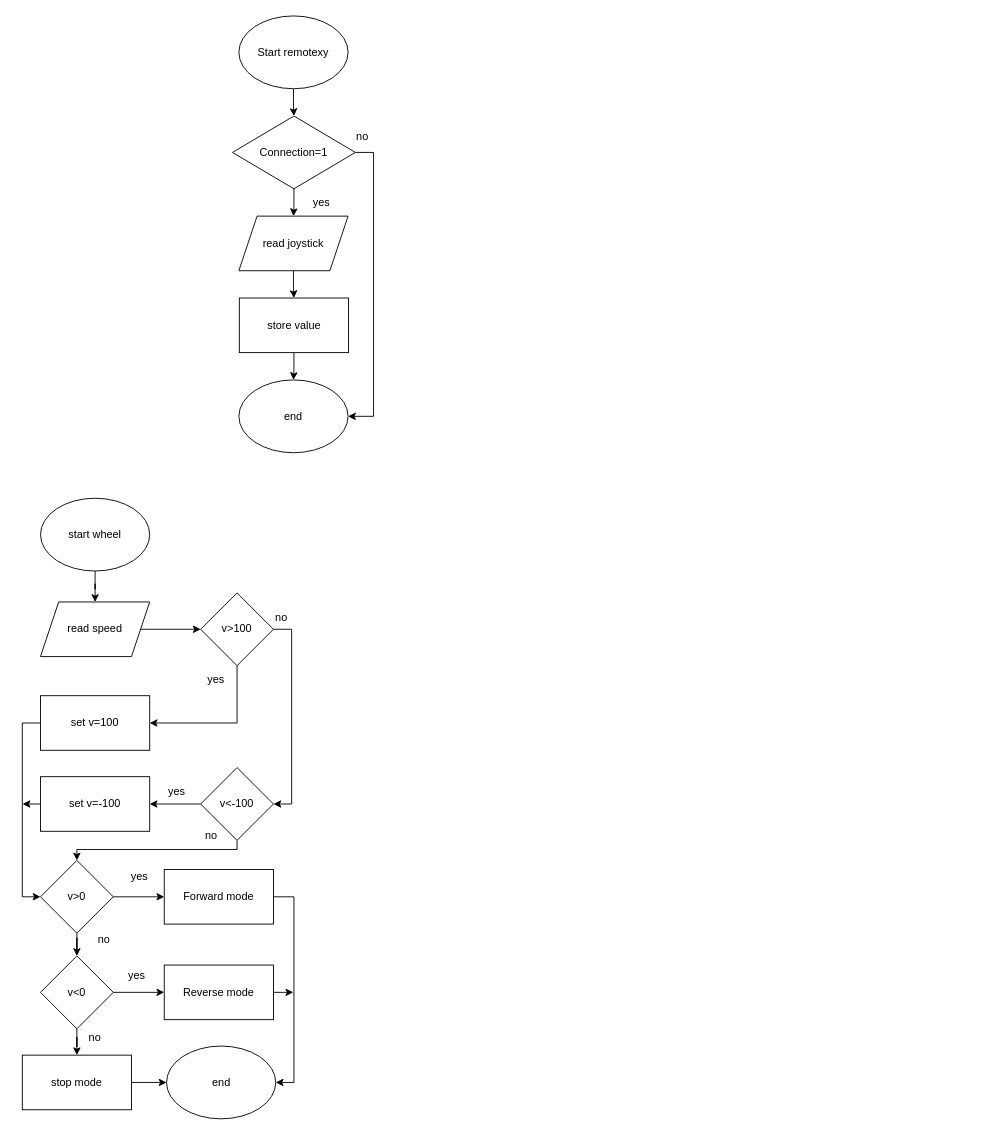
The draw.io diagram MICRO C PR.drawio in GasSmeller/Well-just-some-school-project, before the edit. Source tidied: cells renumbered, new cells numbered last; positions are measured from the earlier drawing's top-left corner, leaving out a move shared by most shapes. Both pictures are drawn from the tidied source at 91%, with x=0, y=0 at pixel (22, 15).
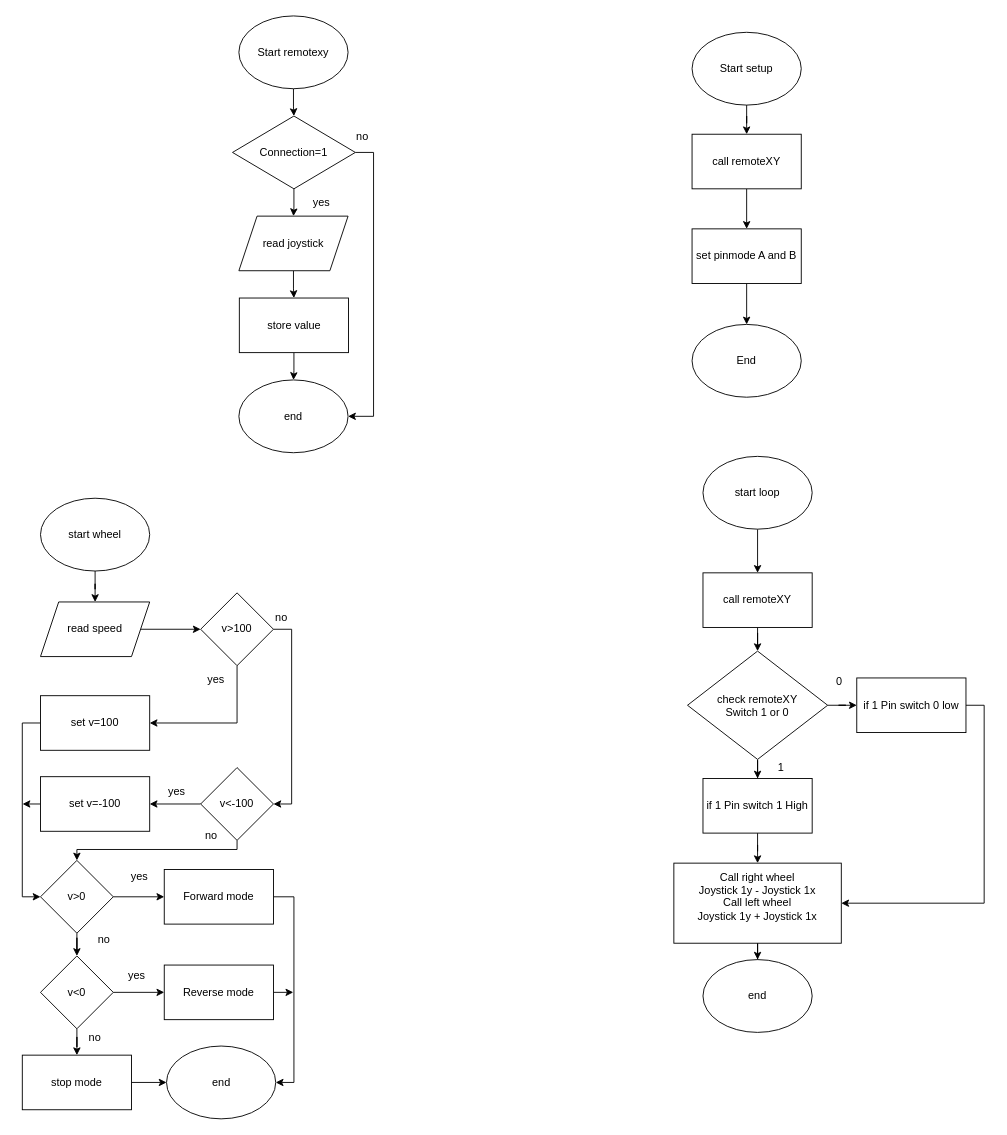
After the change.

Diff of the diagram source:
```diff
@@
+    <mxCell id="49" style="edgeStyle=orthogonalEdgeStyle;rounded=0;jettySize=auto;html=1;" parent="1" edge="1" source="50" target="52">
+      <mxGeometry relative="1" as="geometry" />
+    </mxCell>
+    <mxCell id="50" value="Start setup" style="ellipse;whiteSpace=wrap;html=1;" parent="1" vertex="1">
+      <mxGeometry x="736" y="18" width="120" height="80" as="geometry" />
+    </mxCell>
+    <mxCell id="51" style="edgeStyle=orthogonalEdgeStyle;rounded=0;jettySize=auto;html=1;" parent="1" edge="1" source="52" target="54">
+      <mxGeometry relative="1" as="geometry" />
+    </mxCell>
+    <mxCell id="52" value="call remoteXY" style="rounded=0;whiteSpace=wrap;html=1;" parent="1" vertex="1">
+      <mxGeometry x="736" y="130" width="120" height="60" as="geometry" />
+    </mxCell>
+    <mxCell id="53" style="edgeStyle=orthogonalEdgeStyle;rounded=0;jettySize=auto;html=1;" parent="1" edge="1" source="54" target="55">
+      <mxGeometry relative="1" as="geometry" />
+    </mxCell>
+    <mxCell id="54" value="set pinmode A and B" style="rounded=0;whiteSpace=wrap;html=1;" parent="1" vertex="1">
+      <mxGeometry x="736" y="234" width="120" height="60" as="geometry" />
+    </mxCell>
+    <mxCell id="55" value="End" style="ellipse;whiteSpace=wrap;html=1;" parent="1" vertex="1">
+      <mxGeometry x="736" y="339" width="120" height="80" as="geometry" />
+    </mxCell>
+    <mxCell id="56" style="edgeStyle=orthogonalEdgeStyle;rounded=0;jettySize=auto;html=1;" parent="1" edge="1" source="57" target="59">
+      <mxGeometry relative="1" as="geometry" />
+    </mxCell>
+    <mxCell id="57" value="start loop" style="ellipse;whiteSpace=wrap;html=1;" parent="1" vertex="1">
+      <mxGeometry x="748" y="484" width="120" height="80" as="geometry" />
+    </mxCell>
+    <mxCell id="58" style="edgeStyle=orthogonalEdgeStyle;rounded=0;jettySize=auto;html=1;" parent="1" edge="1" source="59" target="62">
+      <mxGeometry relative="1" as="geometry" />
+    </mxCell>
+    <mxCell id="59" value="call remoteXY" style="rounded=0;whiteSpace=wrap;html=1;" parent="1" vertex="1">
+      <mxGeometry x="748" y="612" width="120" height="60" as="geometry" />
+    </mxCell>
+    <mxCell id="60" style="edgeStyle=orthogonalEdgeStyle;rounded=0;jettySize=auto;html=1;" parent="1" edge="1" source="62" target="68">
+      <mxGeometry relative="1" as="geometry" />
+    </mxCell>
+    <mxCell id="61" style="edgeStyle=orthogonalEdgeStyle;rounded=0;jettySize=auto;html=1;" parent="1" edge="1" source="62" target="66">
+      <mxGeometry relative="1" as="geometry" />
+    </mxCell>
+    <mxCell id="62" value="check remoteXY&lt;div&gt;Switch 1 or 0&lt;/div&gt;" style="rhombus;whiteSpace=wrap;html=1;" parent="1" vertex="1">
+      <mxGeometry x="731" y="698" width="154" height="119" as="geometry" />
+    </mxCell>
+    <mxCell id="63" style="edgeStyle=orthogonalEdgeStyle;rounded=0;jettySize=auto;html=1;" parent="1" edge="1" source="64" target="71">
+      <mxGeometry relative="1" as="geometry" />
+    </mxCell>
+    <mxCell id="64" value="Call right wheel &lt;br&gt;Joystick 1y - Joystick 1x&lt;br&gt;Call left wheel&lt;br&gt;Joystick 1y + Joystick 1x&lt;br&gt;&lt;div&gt;&lt;br&gt;&lt;/div&gt;" style="rounded=0;whiteSpace=wrap;html=1;" parent="1" vertex="1">
+      <mxGeometry x="716" y="931" width="184" height="88" as="geometry" />
+    </mxCell>
+    <mxCell id="65" style="edgeStyle=orthogonalEdgeStyle;rounded=0;jettySize=auto;html=1;" parent="1" edge="1" source="66" target="64">
+      <mxGeometry relative="1" as="geometry" />
+    </mxCell>
+    <mxCell id="66" value="if 1 Pin switch 1 High" style="rounded=0;whiteSpace=wrap;html=1;" parent="1" vertex="1">
+      <mxGeometry x="748" y="838" width="120" height="60" as="geometry" />
+    </mxCell>
+    <mxCell id="67" style="edgeStyle=orthogonalEdgeStyle;rounded=0;jettySize=auto;html=1;exitX=1;exitY=0.5;exitDx=0;exitDy=0;entryX=1;entryY=0.5;entryDx=0;entryDy=0;" parent="1" edge="1" source="68" target="64">
+      <mxGeometry relative="1" as="geometry" />
+    </mxCell>
+    <mxCell id="68" value="if 1 Pin switch 0 low" style="rounded=0;whiteSpace=wrap;html=1;" parent="1" vertex="1">
+      <mxGeometry x="917" y="727.5" width="120" height="60" as="geometry" />
+    </mxCell>
+    <mxCell id="69" value="0" style="text;html=1;whiteSpace=wrap;strokeColor=none;fillColor=none;align=center;verticalAlign=middle;rounded=0;" parent="1" vertex="1">
+      <mxGeometry x="868" y="717" width="60" height="30" as="geometry" />
+    </mxCell>
+    <mxCell id="70" value="1" style="text;html=1;whiteSpace=wrap;strokeColor=none;fillColor=none;align=center;verticalAlign=middle;rounded=0;" parent="1" vertex="1">
+      <mxGeometry x="804" y="811" width="60" height="30" as="geometry" />
+    </mxCell>
+    <mxCell id="71" value="end" style="ellipse;whiteSpace=wrap;html=1;" parent="1" vertex="1">
+      <mxGeometry x="748" y="1037" width="120" height="80" as="geometry" />
+    </mxCell>
```
